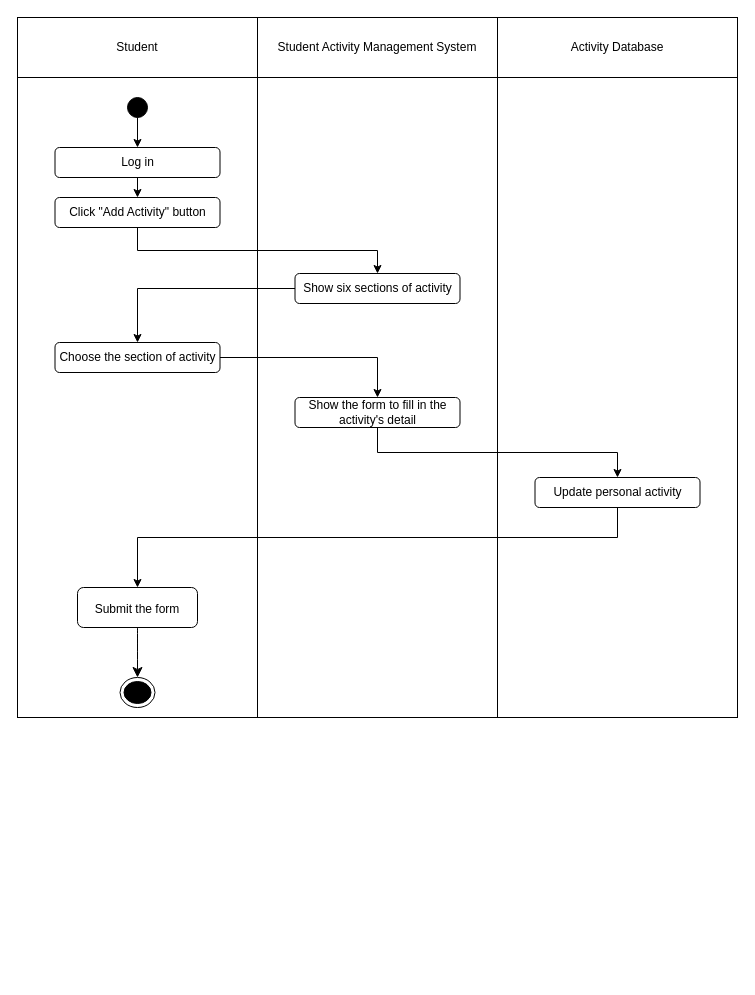
wei2030/year2_project keeps this draw.io diagram as activity diagram/UC018 act_diagram.drawio. Above is the earlier version. Source tidied: cells renumbered, new cells numbered last; positions are measured from the earlier drawing's top-left corner, leaving out a move shared by most shapes. Both pictures are drawn from the tidied source at 100%, with x=0, y=0 at pixel (17, 17).
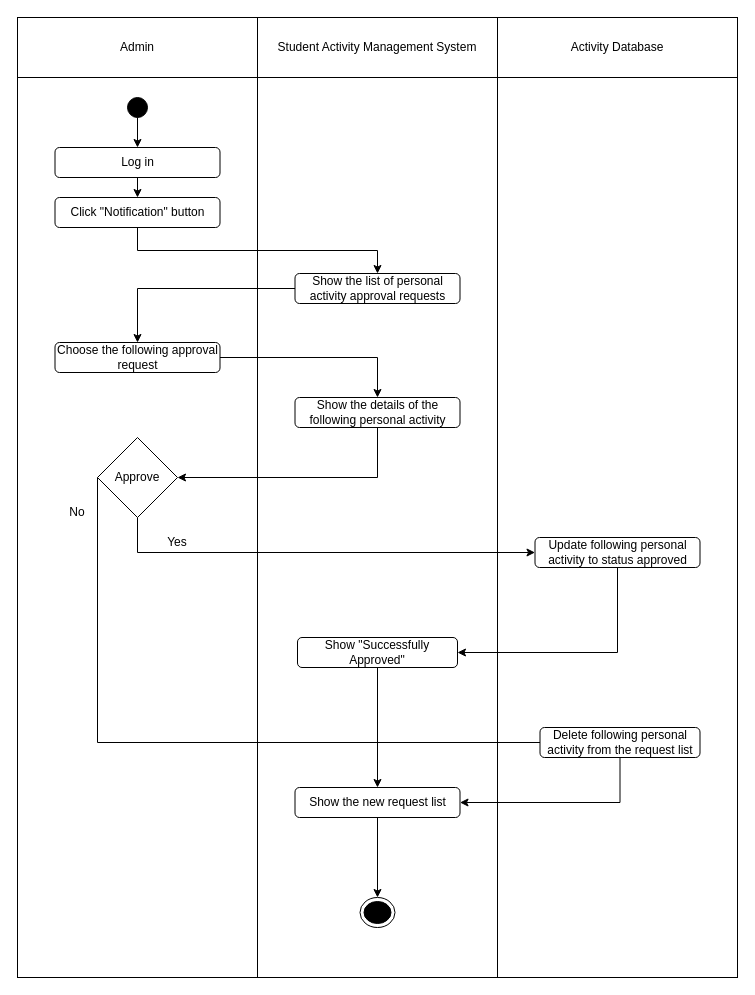
After the change.

Diff of the diagram source:
```diff
@@
-    <mxCell id="2" value="Student" style="html=1;whiteSpace=wrap;" parent="1" vertex="1">
+    <mxCell id="2" value="Admin" style="html=1;whiteSpace=wrap;" parent="1" vertex="1">
       <mxGeometry width="240" height="60" as="geometry" />
     </mxCell>
@@
     <mxCell id="5" style="html=1;whiteSpace=wrap;" parent="1" vertex="1">
-      <mxGeometry y="60" width="240" height="640" as="geometry" />
+      <mxGeometry y="60" width="240" height="900" as="geometry" />
     </mxCell>
     <mxCell id="6" style="html=1;whiteSpace=wrap;" parent="1" vertex="1">
-      <mxGeometry x="240" y="60" width="240" height="640" as="geometry" />
+      <mxGeometry x="240" y="60" width="240" height="900" as="geometry" />
     </mxCell>
     <mxCell id="7" style="html=1;whiteSpace=wrap;" parent="1" vertex="1">
-      <mxGeometry x="480" y="60" width="240" height="640" as="geometry" />
+      <mxGeometry x="480" y="60" width="240" height="900" as="geometry" />
     </mxCell>
@@
-    <mxCell id="13" value="Click &quot;Add Activity&quot; button" style="rounded=1;whiteSpace=wrap;html=1;" parent="1" vertex="1">
+    <mxCell id="13" value="Click &quot;Notification&quot; button" style="rounded=1;whiteSpace=wrap;html=1;" parent="1" vertex="1">
       <mxGeometry x="37.5" y="180" width="165" height="30" as="geometry" />
     </mxCell>
-    <mxCell id="14" value="Show six sections of activity" style="rounded=1;whiteSpace=wrap;html=1;" parent="1" vertex="1">
+    <mxCell id="14" value="Show the list of personal activity approval requests" style="rounded=1;whiteSpace=wrap;html=1;" parent="1" vertex="1">
       <mxGeometry x="277.5" y="256" width="165" height="30" as="geometry" />
     </mxCell>
-    <mxCell id="15" style="edgeStyle=orthogonalEdgeStyle;rounded=0;jettySize=auto;html=1;exitX=0.5;exitY=1;exitDx=0;exitDy=0;entryX=0.5;entryY=0;entryDx=0;entryDy=0;" parent="1" edge="1" source="16" target="24">
+    <mxCell id="15" style="edgeStyle=orthogonalEdgeStyle;rounded=0;jettySize=auto;html=1;exitX=0.5;exitY=1;exitDx=0;exitDy=0;entryX=1;entryY=0.5;entryDx=0;entryDy=0;" parent="1" edge="1" source="16" target="26">
       <mxGeometry relative="1" as="geometry" />
     </mxCell>
-    <mxCell id="16" value="Show the form to fill in the activity's detail" style="rounded=1;whiteSpace=wrap;html=1;" parent="1" vertex="1">
+    <mxCell id="16" value="Show the details of the following personal activity" style="rounded=1;whiteSpace=wrap;html=1;" parent="1" vertex="1">
       <mxGeometry x="277.5" y="380" width="165" height="30" as="geometry" />
     </mxCell>
-    <mxCell id="17" style="edgeStyle=orthogonalEdgeStyle;rounded=0;jettySize=auto;html=1;exitX=0.5;exitY=1;exitDx=0;exitDy=0;" parent="1" edge="1" source="24" target="20">
-      <mxGeometry relative="1" as="geometry">
-        <Array as="points">
-          <mxPoint x="600" y="520" />
-        </Array>
-      </mxGeometry>
-    </mxCell>
     <mxCell id="18" style="ellipse;html=1;shape=endState;fillColor=#000000;strokeColor=#000;" parent="1" vertex="1">
-      <mxGeometry x="102.5" y="660" width="35" height="30" as="geometry" />
+      <mxGeometry x="342.5" y="880" width="35" height="30" as="geometry" />
     </mxCell>
-    <mxCell id="19" style="edgeStyle=none;curved=1;rounded=0;jettySize=auto;html=1;fontSize=12;startSize=8;endSize=8;entryX=0.5;entryY=0;entryDx=0;entryDy=0;" parent="1" edge="1" source="20" target="18">
-      <mxGeometry relative="1" as="geometry" />
-    </mxCell>
-    <mxCell id="20" value="&lt;span style=&quot;font-size: 12px;&quot;&gt;Submit the form&lt;/span&gt;" style="rounded=1;whiteSpace=wrap;html=1;fontSize=16;" parent="1" vertex="1">
-      <mxGeometry x="60" y="570" width="120" height="40" as="geometry" />
-    </mxCell>
-    <mxCell id="21" value="Choose the section of activity" style="rounded=1;whiteSpace=wrap;html=1;" parent="1" vertex="1">
+    <mxCell id="21" value="Choose the following approval request" style="rounded=1;whiteSpace=wrap;html=1;" parent="1" vertex="1">
       <mxGeometry x="37.5" y="325" width="165" height="30" as="geometry" />
     </mxCell>
@@
-    <mxCell id="24" value="Update personal activity" style="rounded=1;whiteSpace=wrap;html=1;" parent="1" vertex="1">
-      <mxGeometry x="517.5" y="460" width="165" height="30" as="geometry" />
-    </mxCell>
+    <mxCell id="25" style="edgeStyle=orthogonalEdgeStyle;rounded=0;jettySize=auto;html=1;entryX=0;entryY=0.5;entryDx=0;entryDy=0;" parent="1" edge="1" source="26" target="31">
+      <mxGeometry relative="1" as="geometry">
+        <Array as="points">
+          <mxPoint x="120" y="535" />
+        </Array>
+      </mxGeometry>
+    </mxCell>
+    <mxCell id="26" style="rhombus;whiteSpace=wrap;html=1;" parent="1" vertex="1">
+      <mxGeometry x="80" y="420" width="80" height="80" as="geometry" />
+    </mxCell>
+    <mxCell id="27" value="Approve" style="text;html=1;strokeColor=none;fillColor=none;align=center;verticalAlign=middle;whiteSpace=wrap;rounded=0;" parent="1" vertex="1">
+      <mxGeometry x="90" y="445" width="60" height="30" as="geometry" />
+    </mxCell>
+    <mxCell id="28" value="No" style="text;html=1;strokeColor=none;fillColor=none;align=center;verticalAlign=middle;whiteSpace=wrap;rounded=0;" parent="1" vertex="1">
+      <mxGeometry x="30" y="480" width="60" height="30" as="geometry" />
+    </mxCell>
+    <mxCell id="29" value="Yes" style="text;html=1;strokeColor=none;fillColor=none;align=center;verticalAlign=middle;whiteSpace=wrap;rounded=0;" parent="1" vertex="1">
+      <mxGeometry x="130" y="510" width="60" height="30" as="geometry" />
+    </mxCell>
+    <mxCell id="30" style="edgeStyle=orthogonalEdgeStyle;rounded=0;jettySize=auto;html=1;entryX=1;entryY=0.5;entryDx=0;entryDy=0;" parent="1" edge="1" source="31" target="33">
+      <mxGeometry relative="1" as="geometry">
+        <Array as="points">
+          <mxPoint x="600" y="635" />
+        </Array>
+      </mxGeometry>
+    </mxCell>
+    <mxCell id="31" value="Update following personal activity to status approved" style="rounded=1;whiteSpace=wrap;html=1;" parent="1" vertex="1">
+      <mxGeometry x="517.5" y="520" width="165" height="30" as="geometry" />
+    </mxCell>
+    <mxCell id="32" style="edgeStyle=orthogonalEdgeStyle;rounded=0;jettySize=auto;html=1;entryX=0.5;entryY=0;entryDx=0;entryDy=0;" parent="1" edge="1" source="33" target="35">
+      <mxGeometry relative="1" as="geometry" />
+    </mxCell>
+    <mxCell id="33" value="Show &quot;Successfully Approved&quot;" style="rounded=1;whiteSpace=wrap;html=1;" parent="1" vertex="1">
+      <mxGeometry x="280" y="620" width="160" height="30" as="geometry" />
+    </mxCell>
+    <mxCell id="34" style="edgeStyle=orthogonalEdgeStyle;rounded=0;jettySize=auto;html=1;entryX=0.5;entryY=0;entryDx=0;entryDy=0;" parent="1" edge="1" source="35" target="18">
+      <mxGeometry relative="1" as="geometry" />
+    </mxCell>
+    <mxCell id="35" value="Show the new request list" style="rounded=1;whiteSpace=wrap;html=1;" parent="1" vertex="1">
+      <mxGeometry x="277.5" y="770" width="165" height="30" as="geometry" />
+    </mxCell>
+    <mxCell id="36" style="endArrow=none;html=1;rounded=0;exitX=0;exitY=0.5;exitDx=0;exitDy=0;" parent="1" edge="1" source="38">
+      <mxGeometry relative="1" as="geometry">
+        <mxPoint x="80" y="460" as="targetPoint" />
+        <Array as="points">
+          <mxPoint x="80" y="725" />
+        </Array>
+      </mxGeometry>
+    </mxCell>
+    <mxCell id="37" style="edgeStyle=orthogonalEdgeStyle;rounded=0;jettySize=auto;html=1;entryX=1;entryY=0.5;entryDx=0;entryDy=0;" parent="1" edge="1" source="38" target="35">
+      <mxGeometry relative="1" as="geometry">
+        <Array as="points">
+          <mxPoint x="603" y="785" />
+        </Array>
+      </mxGeometry>
+    </mxCell>
+    <mxCell id="38" value="Delete following personal activity from the request list" style="rounded=1;whiteSpace=wrap;html=1;" parent="1" vertex="1">
+      <mxGeometry x="522.5" y="710" width="160" height="30" as="geometry" />
+    </mxCell>
```
